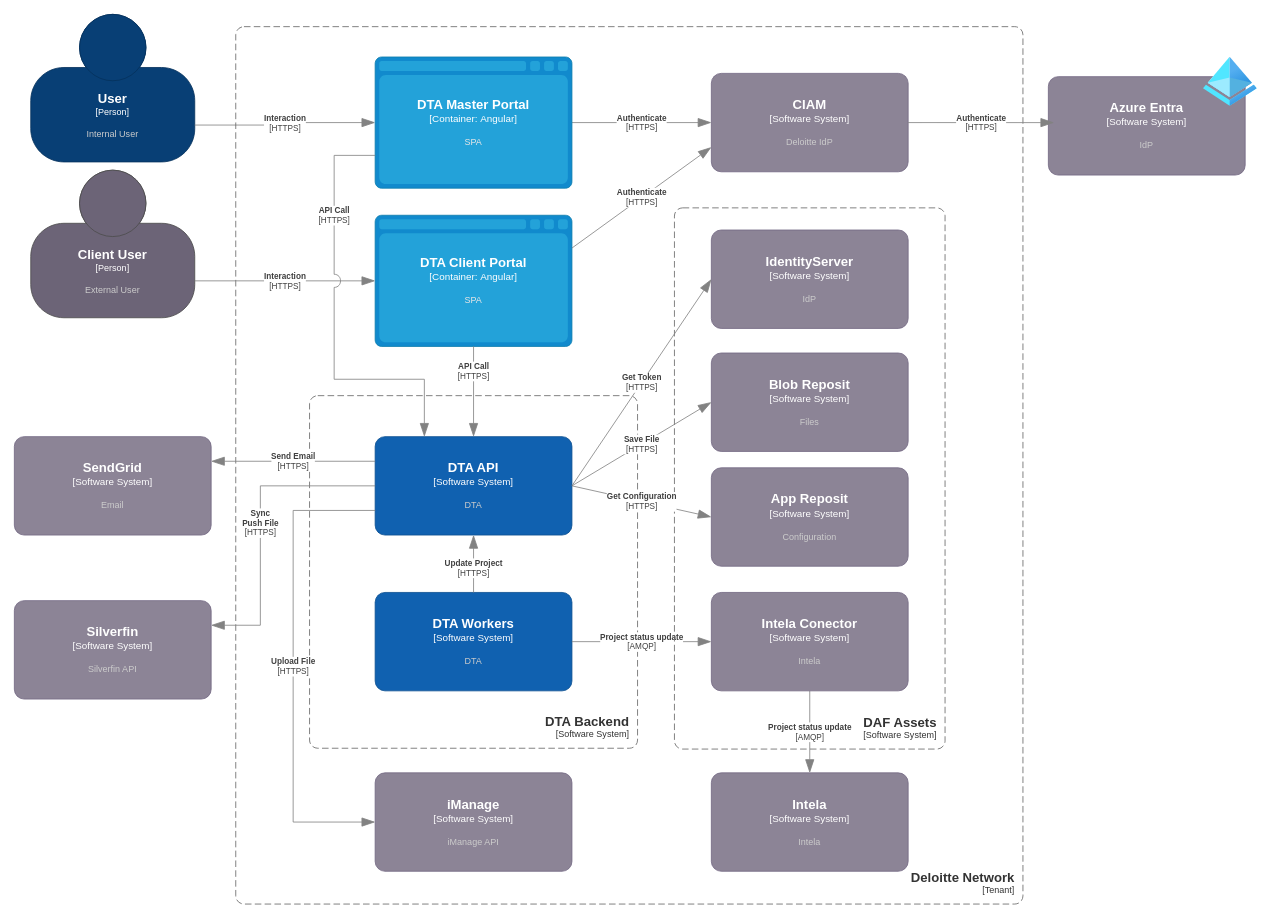
This is page "C2_Subsystems" (2 of 6) of DTA_DAD.drawio from cmonton/shared, a draw.io file, before an edit. Source tidied: cells renumbered, new cells numbered last; positions are measured from the earlier drawing's top-left corner, leaving out a move shared by most shapes. Both pictures are drawn from the tidied source at 82%, with x=0, y=0 at pixel (14, 14).
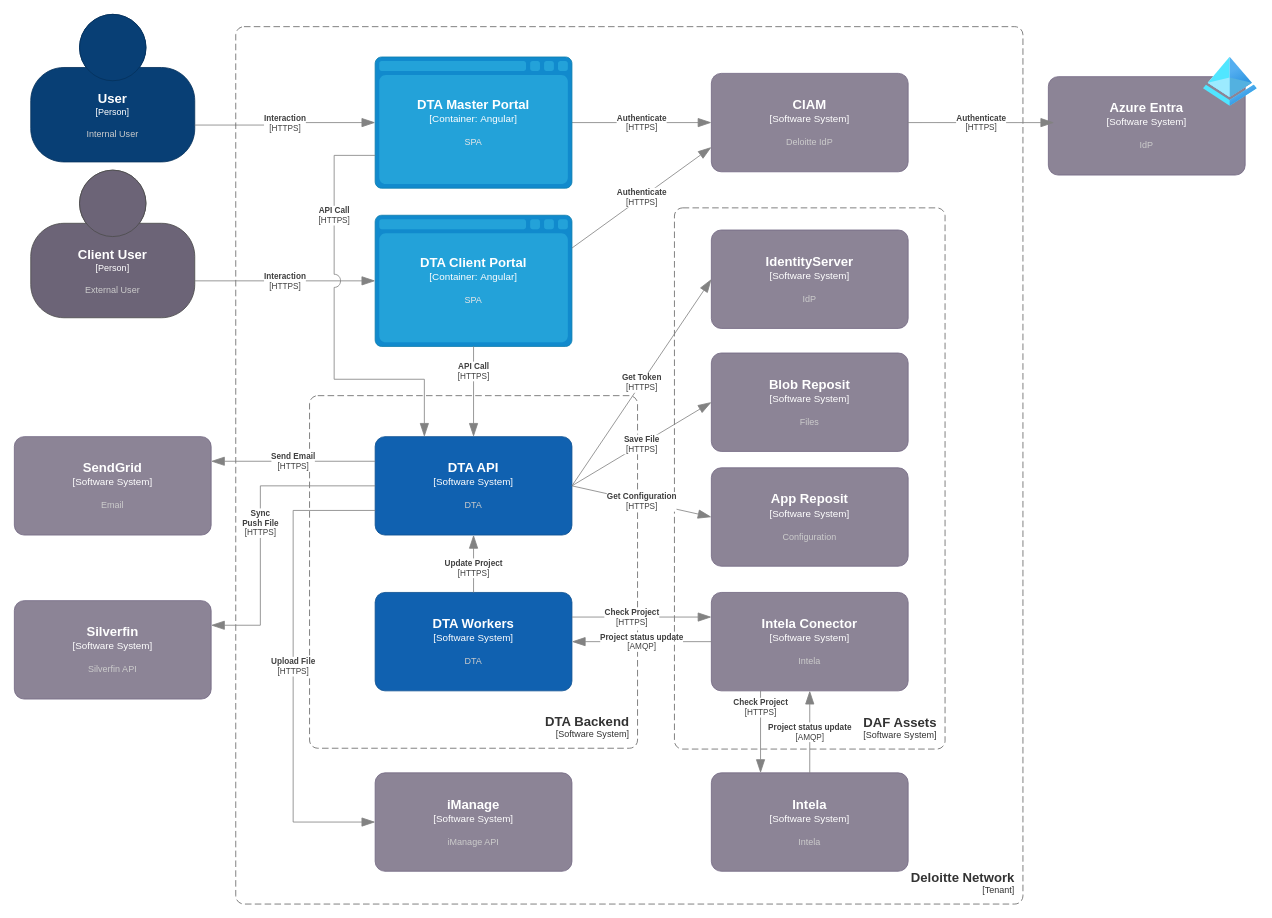
The same page after the edit.

Unchanged cells that the change refers to:
```xml
<object id="7" label="&lt;font style=&quot;font-size: 16px&quot;&gt;&lt;b&gt;%c4Name%&lt;/b&gt;&lt;/font&gt;&lt;div&gt;[%c4Type%]&lt;/div&gt;&lt;br&gt;&lt;div&gt;&lt;font style=&quot;font-size: 11px&quot;&gt;&lt;font color=&quot;#cccccc&quot;&gt;%c4Description%&lt;/font&gt;&lt;/div&gt;" c4Description="Intela" c4Name="Intela" c4Type="Software System" placeholders="1">
  <mxCell style="rounded=1;whiteSpace=wrap;html=1;labelBackgroundColor=none;fillColor=#8C8496;fontColor=#ffffff;align=center;arcSize=10;strokeColor=#736782;points=[[0.25,0,0],[0.5,0,0],[0.75,0,0],[1,0.25,0],[1,0.5,0],[1,0.75,0],[0.75,1,0],[0.5,1,0],[0.25,1,0],[0,0.75,0],[0,0.5,0],[0,0.25,0]];" parent="1" vertex="1">
    <mxGeometry x="850" y="925" width="240" height="120" as="geometry" />
  </mxCell>
</object>
<object id="14" label="&lt;font style=&quot;font-size: 16px&quot;&gt;&lt;b&gt;%c4Name%&lt;/b&gt;&lt;/font&gt;&lt;div&gt;[%c4Type%]&lt;/div&gt;&lt;br&gt;&lt;div&gt;&lt;font style=&quot;font-size: 11px&quot;&gt;&lt;font color=&quot;#cccccc&quot;&gt;%c4Description%&lt;/font&gt;&lt;/div&gt;" c4Description="DTA" c4Name="DTA Workers" c4Type="Software System" placeholders="1">
  <mxCell style="rounded=1;whiteSpace=wrap;html=1;labelBackgroundColor=none;fillColor=#1061B0;fontColor=#ffffff;align=center;arcSize=10;strokeColor=#0D5091;points=[[0.25,0,0],[0.5,0,0],[0.75,0,0],[1,0.25,0],[1,0.5,0],[1,0.75,0],[0.75,1,0],[0.5,1,0],[0.25,1,0],[0,0.75,0],[0,0.5,0],[0,0.25,0]];" parent="1" vertex="1">
    <mxGeometry x="440" y="705" width="240" height="120" as="geometry" />
  </mxCell>
</object>
<object id="16" label="&lt;font style=&quot;font-size: 16px&quot;&gt;&lt;b&gt;%c4Name%&lt;/b&gt;&lt;/font&gt;&lt;div&gt;[%c4Type%]&lt;/div&gt;&lt;br&gt;&lt;div&gt;&lt;font style=&quot;font-size: 11px&quot;&gt;&lt;font color=&quot;#cccccc&quot;&gt;%c4Description%&lt;/font&gt;&lt;/div&gt;" c4Description="Intela" c4Name="Intela Conector" c4Type="Software System" placeholders="1">
  <mxCell style="rounded=1;whiteSpace=wrap;html=1;labelBackgroundColor=none;fillColor=#8C8496;fontColor=#ffffff;align=center;arcSize=10;strokeColor=#736782;points=[[0.25,0,0],[0.5,0,0],[0.75,0,0],[1,0.25,0],[1,0.5,0],[1,0.75,0],[0.75,1,0],[0.5,1,0],[0.25,1,0],[0,0.75,0],[0,0.5,0],[0,0.25,0]];" parent="1" vertex="1">
    <mxGeometry x="850" y="705" width="240" height="120" as="geometry" />
  </mxCell>
</object>
```

The edit, as a diff of the source:
```diff
@@
     <object id="8" label="&lt;div style=&quot;text-align: left&quot;&gt;&lt;div style=&quot;text-align: center&quot;&gt;&lt;b&gt;%c4Description%&lt;/b&gt;&lt;/div&gt;&lt;div style=&quot;text-align: center&quot;&gt;[%c4Technology%]&lt;/div&gt;&lt;/div&gt;" c4Description="Project status update" c4Technology="AMQP" placeholders="1">
-      <mxCell style="endArrow=blockThin;html=1;fontSize=10;fontColor=#404040;strokeWidth=1;endFill=1;strokeColor=#828282;elbow=vertical;endSize=14;startSize=14;jumpStyle=arc;jumpSize=16;rounded=0;exitX=0.5;exitY=1;exitDx=0;exitDy=0;exitPerimeter=0;entryX=0.5;entryY=0;entryDx=0;entryDy=0;entryPerimeter=0;" parent="1" edge="1" source="16" target="7">
+      <mxCell style="endArrow=blockThin;html=1;fontSize=10;fontColor=#404040;strokeWidth=1;endFill=1;strokeColor=#828282;elbow=vertical;endSize=14;startSize=14;jumpStyle=arc;jumpSize=16;rounded=0;entryX=0.5;entryY=1;entryDx=0;entryDy=0;entryPerimeter=0;exitX=0.5;exitY=0;exitDx=0;exitDy=0;exitPerimeter=0;" parent="1" edge="1" source="7" target="16">
         <mxGeometry relative="1" as="geometry" />
       </mxCell>
     </object>
@@
     <object id="17" label="&lt;div style=&quot;text-align: left&quot;&gt;&lt;div style=&quot;text-align: center&quot;&gt;&lt;b&gt;%c4Description%&lt;/b&gt;&lt;/div&gt;&lt;div style=&quot;text-align: center&quot;&gt;[%c4Technology%]&lt;/div&gt;&lt;/div&gt;" c4Description="Project status update" c4Technology="AMQP" placeholders="1">
-      <mxCell style="endArrow=blockThin;html=1;fontSize=10;fontColor=#404040;strokeWidth=1;endFill=1;strokeColor=#828282;elbow=vertical;endSize=14;startSize=14;jumpStyle=arc;jumpSize=16;rounded=0;exitX=1;exitY=0.5;exitDx=0;exitDy=0;exitPerimeter=0;entryX=0;entryY=0.5;entryDx=0;entryDy=0;entryPerimeter=0;" parent="1" edge="1" source="14" target="16">
+      <mxCell style="endArrow=blockThin;html=1;fontSize=10;fontColor=#404040;strokeWidth=1;endFill=1;strokeColor=#828282;elbow=vertical;endSize=14;startSize=14;jumpStyle=arc;jumpSize=16;rounded=0;exitX=0;exitY=0.5;exitDx=0;exitDy=0;exitPerimeter=0;entryX=1;entryY=0.5;entryDx=0;entryDy=0;entryPerimeter=0;" parent="1" edge="1" source="16" target="14">
         <mxGeometry relative="1" as="geometry" />
       </mxCell>
     </object>
@@
+    <object id="38" label="&lt;div style=&quot;text-align: left&quot;&gt;&lt;div style=&quot;text-align: center&quot;&gt;&lt;b&gt;%c4Description%&lt;/b&gt;&lt;/div&gt;&lt;div style=&quot;text-align: center&quot;&gt;[%c4Technology%]&lt;/div&gt;&lt;/div&gt;" c4Description="Check Project" c4Technology="HTTPS" placeholders="1">
+      <mxCell style="endArrow=blockThin;html=1;fontSize=10;fontColor=#404040;strokeWidth=1;endFill=1;strokeColor=#828282;elbow=vertical;endSize=14;startSize=14;jumpStyle=arc;jumpSize=16;rounded=0;edgeStyle=orthogonalEdgeStyle;entryX=0;entryY=0.25;entryDx=0;entryDy=0;entryPerimeter=0;exitX=1;exitY=0.25;exitDx=0;exitDy=0;exitPerimeter=0;" parent="1" edge="1" source="14" target="16">
+        <mxGeometry x="-0.14" relative="1" as="geometry">
+          <Array as="points">
+            <mxPoint x="760" y="735" />
+            <mxPoint x="760" y="735" />
+          </Array>
+        </mxGeometry>
+      </mxCell>
+    </object>
+    <object id="39" label="&lt;div style=&quot;text-align: left&quot;&gt;&lt;div style=&quot;text-align: center&quot;&gt;&lt;b&gt;%c4Description%&lt;/b&gt;&lt;/div&gt;&lt;div style=&quot;text-align: center&quot;&gt;[%c4Technology%]&lt;/div&gt;&lt;/div&gt;" c4Description="Check Project" c4Technology="HTTPS" placeholders="1">
+      <mxCell style="endArrow=blockThin;html=1;fontSize=10;fontColor=#404040;strokeWidth=1;endFill=1;strokeColor=#828282;elbow=vertical;endSize=14;startSize=14;jumpStyle=arc;jumpSize=16;rounded=0;edgeStyle=orthogonalEdgeStyle;entryX=0.25;entryY=0;entryDx=0;entryDy=0;entryPerimeter=0;exitX=0.25;exitY=1;exitDx=0;exitDy=0;exitPerimeter=0;" parent="1" edge="1" source="16" target="7">
+        <mxGeometry x="-0.6" relative="1" as="geometry" />
+      </mxCell>
+    </object>
```
